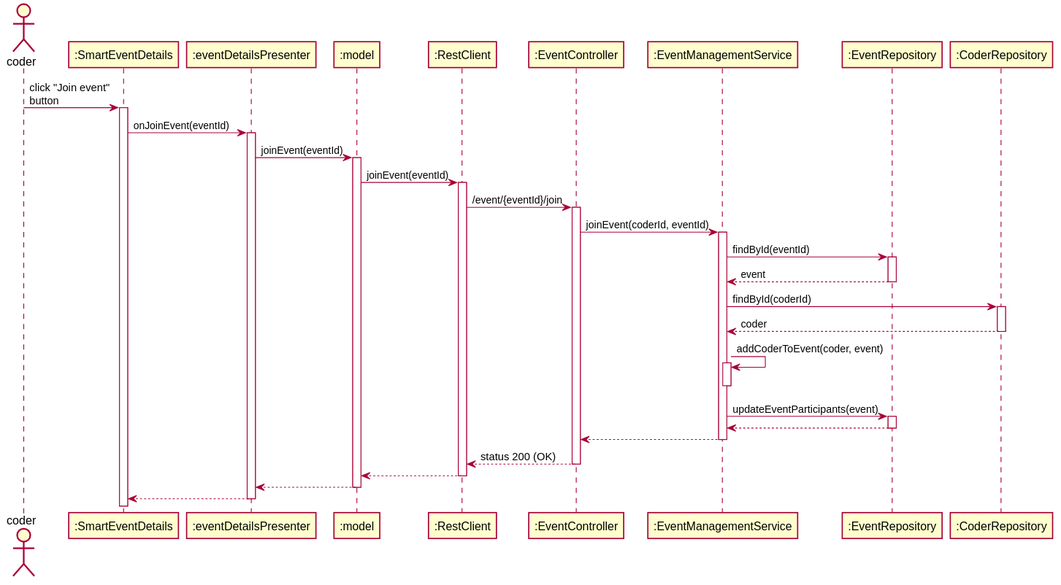
utcn-sd-serban/project-lupvasile keeps this PlantUML diagram as docs/deliverables/plantUML/sequence diagram.svg. Above is the earlier version.
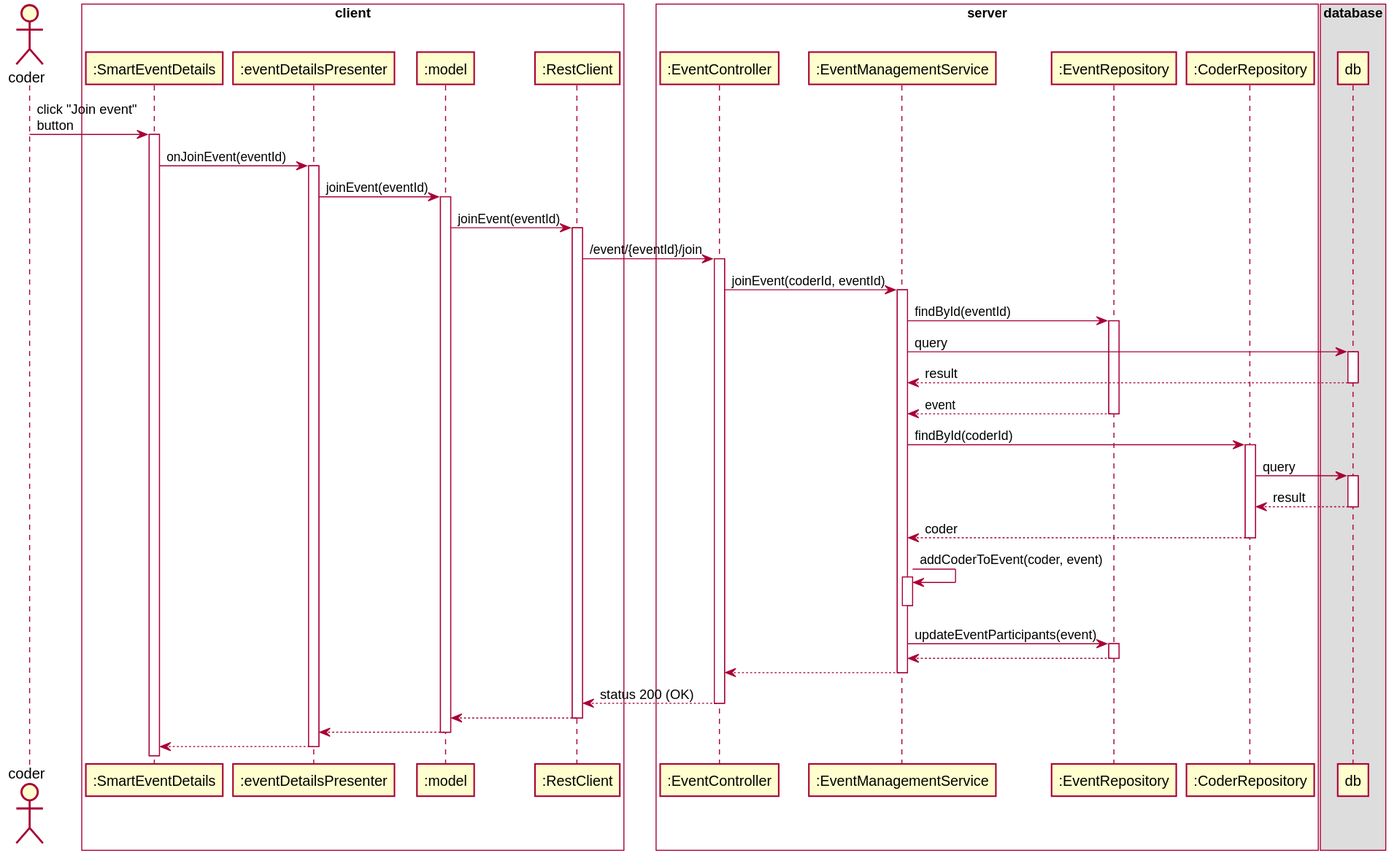
Above is the later version.

What changed in the source:
```diff
@@ -2,15 +2,24 @@
 skinparam shadowing false
 autoactivate on
 actor coder
-participant ":SmartEventDetails" as SmartEventDetails
-participant ":eventDetailsPresenter" as eventDetailsPresenter
-participant ":model" as model
-participant ":RestClient" as RestClient
-participant ":EventController" as EventController
-participant ":EventManagementService" as EventManagementService
-participant ":EventRepository" as EventRepository
-participant ":CoderRepository" as CoderRepository
 
+box "client" #Light
+    participant ":SmartEventDetails" as SmartEventDetails
+    participant ":eventDetailsPresenter" as eventDetailsPresenter
+    participant ":model" as model
+    participant ":RestClient" as RestClient
+end box
+
+box "server" #Light
+    participant ":EventController" as EventController
+    participant ":EventManagementService" as EventManagementService
+    participant ":EventRepository" as EventRepository
+    participant ":CoderRepository" as CoderRepository
+end box
+
+box "database"
+    participant db
+end box
 coder ->  SmartEventDetails : click "Join event"\nbutton
 SmartEventDetails -> eventDetailsPresenter : onJoinEvent(eventId)
 eventDetailsPresenter -> model : joinEvent(eventId)
@@ -18,8 +27,12 @@
 RestClient -> EventController : /event/{eventId}/join
 EventController -> EventManagementService : joinEvent(coderId, eventId)
 EventManagementService -> EventRepository : findById(eventId)
+EventManagementService -> db : query
+db --> EventManagementService : result
 EventRepository --> EventManagementService : event
 EventManagementService -> CoderRepository : findById(coderId)
+CoderRepository -> db : query
+db --> CoderRepository : result
 CoderRepository --> EventManagementService : coder
 EventManagementService -> EventManagementService : addCoderToEvent(coder, event)
 deactivate EventManagementService
```
